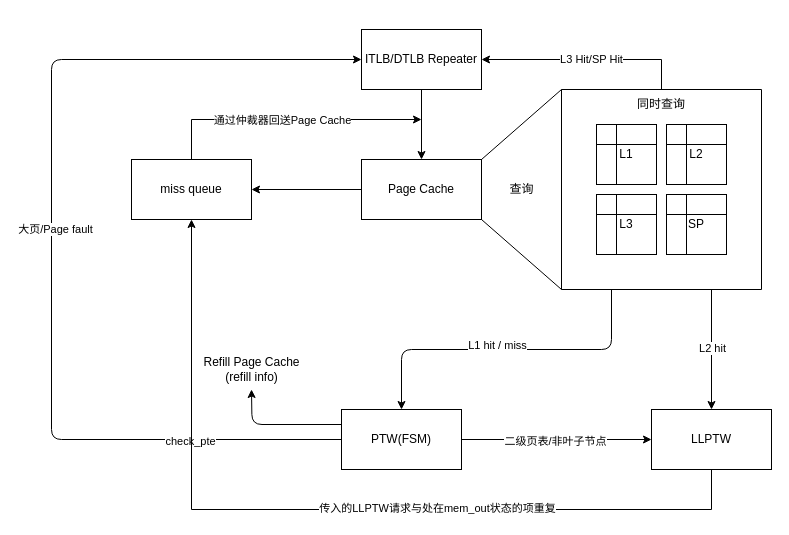
Earlier version of the draw.io diagram 未命名绘图.drawio (mingerfan/drawiorepo). Source tidied: cells renumbered, new cells numbered last; positions are measured from the earlier drawing's top-left corner, leaving out a move shared by most shapes. Both pictures are drawn from the tidied source at 100%, with x=0, y=0 at pixel (51, 29).
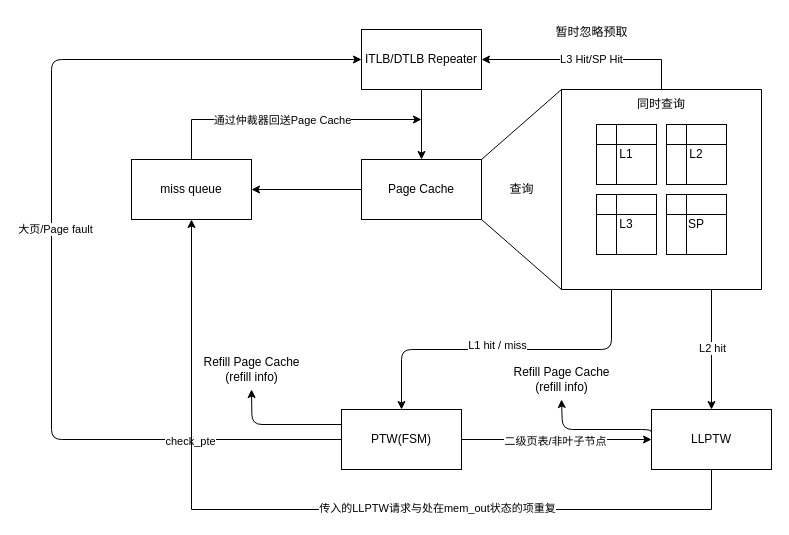
The same diagram, later.

Change to the diagram source:
```diff
@@
+    <mxCell id="35" value="暂时忽略预取" style="text;html=1;align=center;verticalAlign=middle;strokeColor=none;fillColor=none;" parent="1" vertex="1">
+      <mxGeometry x="490" y="-12" width="100" height="30" as="geometry" />
+    </mxCell>
+    <mxCell id="36" value="&lt;div&gt;Refill Page Cache&lt;/div&gt;&lt;div&gt;(refill info)&lt;/div&gt;" style="text;html=1;align=center;verticalAlign=middle;strokeColor=none;fillColor=none;" parent="1" vertex="1">
+      <mxGeometry x="450" y="330" width="120" height="40" as="geometry" />
+    </mxCell>
+    <mxCell id="37" style="edgeStyle=orthogonalEdgeStyle;orthogonalLoop=1;jettySize=auto;html=1;exitX=0;exitY=0.25;exitDx=0;exitDy=0;" parent="1" edge="1">
+      <mxGeometry relative="1" as="geometry">
+        <mxPoint x="600" y="405" as="sourcePoint" />
+        <mxPoint x="510" y="370" as="targetPoint" />
+        <Array as="points">
+          <mxPoint x="600" y="400" />
+          <mxPoint x="511" y="400" />
+        </Array>
+      </mxGeometry>
+    </mxCell>
```
